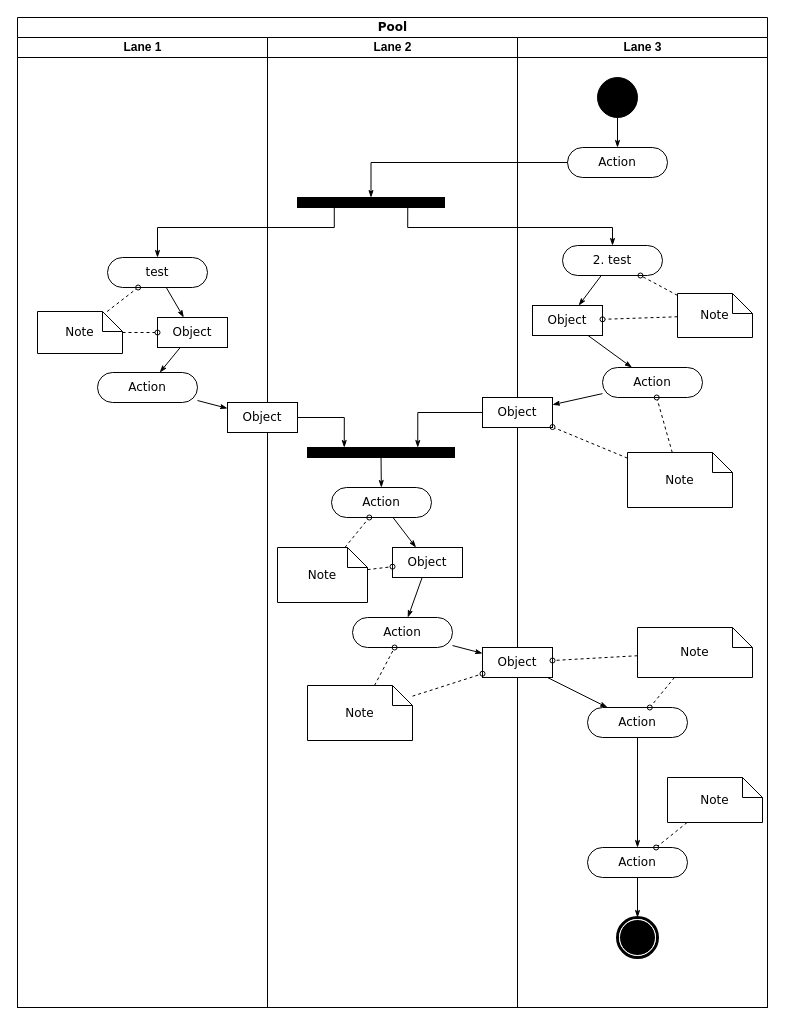
This is Untitled Diagram.drawio from GabrielKP/vice-versa, a draw.io file, before an edit. Source tidied: cells renumbered, new cells numbered last; positions are measured from the earlier drawing's top-left corner, leaving out a move shared by most shapes. Both pictures are drawn from the tidied source at 100%, with x=0, y=0 at pixel (17, 17).
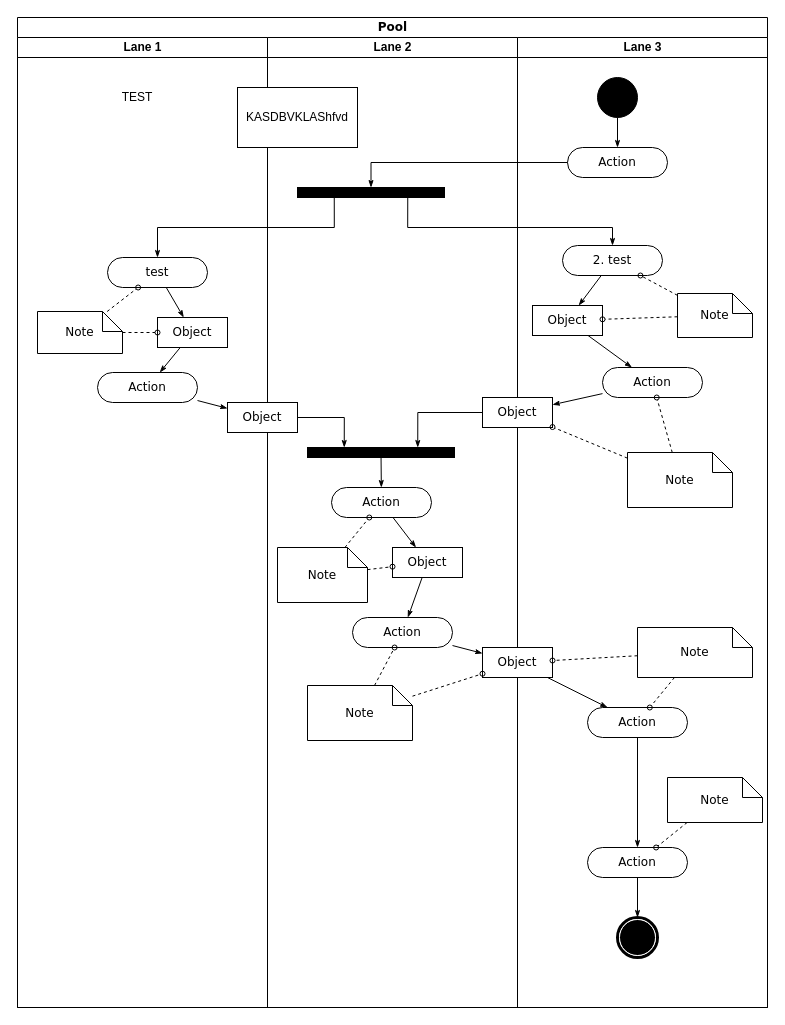
Above is the later version.

The change refers to these unchanged cells:
```xml
<mxCell id="3" value="Lane 1" style="swimlane;html=1;startSize=20;" parent="2" vertex="1">
  <mxGeometry y="20" width="250" height="970" as="geometry" />
</mxCell>
<mxCell id="12" value="Lane 2" style="swimlane;html=1;startSize=20;" parent="2" vertex="1">
  <mxGeometry x="250" y="20" width="250" height="970" as="geometry" />
</mxCell>
<mxCell id="15" value="Action" style="rounded=1;whiteSpace=wrap;html=1;shadow=0;comic=0;labelBackgroundColor=none;strokeWidth=1;fontFamily=Verdana;fontSize=12;align=center;arcSize=50;" parent="12" vertex="1">
  <mxGeometry x="64" y="450" width="100" height="30" as="geometry" />
</mxCell>
<mxCell id="21" value="Object" style="rounded=0;whiteSpace=wrap;html=1;shadow=0;comic=0;labelBackgroundColor=none;strokeWidth=1;fontFamily=Verdana;fontSize=12;align=center;arcSize=50;" parent="12" vertex="1">
  <mxGeometry x="125" y="510" width="70" height="30" as="geometry" />
</mxCell>
```

Diff of the diagram source:
```diff
@@
+    <mxCell id="64" value="TEST" style="text;html=1;strokeColor=none;fillColor=none;align=center;verticalAlign=middle;whiteSpace=wrap;rounded=0;" parent="3" vertex="1">
+      <mxGeometry x="100" y="50" width="40" height="20" as="geometry" />
+    </mxCell>
@@
+    <mxCell id="14" style="edgeStyle=none;rounded=0;html=1;labelBackgroundColor=none;startArrow=none;startFill=0;startSize=5;endArrow=classicThin;endFill=1;endSize=5;jettySize=auto;strokeWidth=1;fontFamily=Verdana;fontSize=12;" parent="12" edge="1" source="15" target="21">
+      <mxGeometry relative="1" as="geometry" />
+    </mxCell>
+    <mxCell id="65" value="KASDBVKLAShfvd" style="rounded=0;whiteSpace=wrap;html=1;" parent="12" vertex="1">
+      <mxGeometry x="-30" y="50" width="120" height="60" as="geometry" />
+    </mxCell>
     <mxCell id="13" style="whiteSpace=wrap;html=1;rounded=0;shadow=0;comic=0;labelBackgroundColor=none;strokeWidth=1;fillColor=#000000;fontFamily=Verdana;fontSize=12;align=center;rotation=0;" parent="12" vertex="1">
-      <mxGeometry x="30" y="160" width="147" height="10" as="geometry" />
+      <mxGeometry x="30" y="150" width="147" height="10" as="geometry" />
     </mxCell>
-    <mxCell id="14" style="edgeStyle=none;rounded=0;html=1;labelBackgroundColor=none;startArrow=none;startFill=0;startSize=5;endArrow=classicThin;endFill=1;endSize=5;jettySize=auto;strokeWidth=1;fontFamily=Verdana;fontSize=12;" parent="12" edge="1" source="15" target="21">
-      <mxGeometry relative="1" as="geometry" />
-    </mxCell>
```
